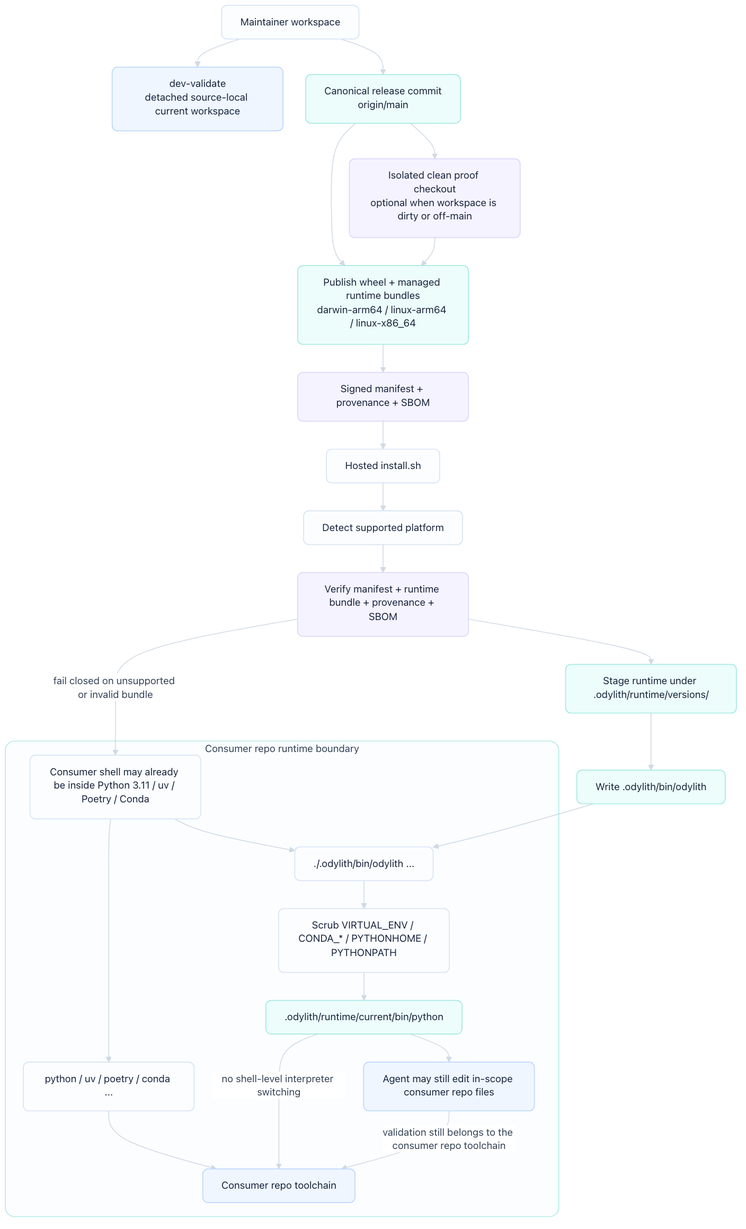
odylith/odylith keeps this Mermaid diagram as odylith/atlas/source/odylith-managed-runtime-release-and-install-flow.png. Above is the earlier version. Its source is kept beside it as odylith/atlas/source/odylith-managed-runtime-release-and-install-flow.mmd.
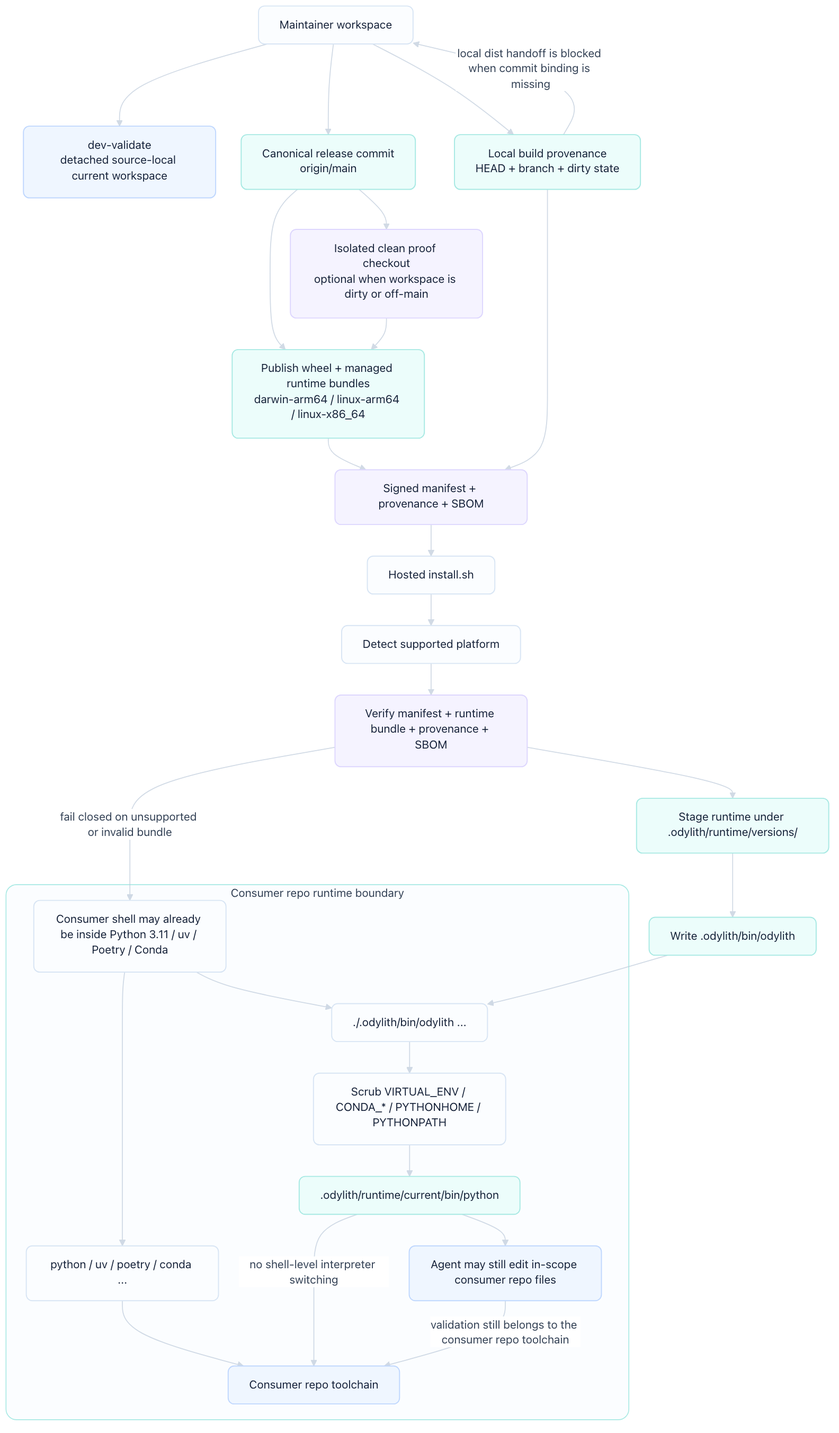
The same file after the commit.

The edit, as a diff of the source:
```diff
@@ -4,6 +4,7 @@
     canonical["Canonical release commit<br/>origin/main"]
     proof["Isolated clean proof checkout<br/>optional when workspace is dirty or off-main"]
     bundles["Publish wheel + managed runtime bundles<br/>darwin-arm64 / linux-arm64 / linux-x86_64"]
+    localprov["Local build provenance<br/>HEAD + branch + dirty state"]
     manifest["Signed manifest + provenance + SBOM"]
     install["Hosted install.sh"]
     detect["Detect supported platform"]
@@ -23,10 +24,12 @@
 
     maintainer --> canonical
     maintainer --> devvalidate
+    maintainer --> localprov
     canonical --> proof
     canonical --> bundles
     proof --> bundles
     bundles --> manifest
+    localprov --> manifest
     manifest --> install
     install --> detect
     detect --> verify
@@ -41,6 +44,7 @@
     managed --> repo_files
     consumer_cmd --> consumer_rt
 
+    localprov -. local dist handoff is blocked when commit binding is missing .-> maintainer
     verify -. fail closed on unsupported or invalid bundle .-> shell
     managed -. no shell-level interpreter switching .-> consumer_rt
     repo_files -. validation still belongs to the consumer repo toolchain .-> consumer_rt
```
